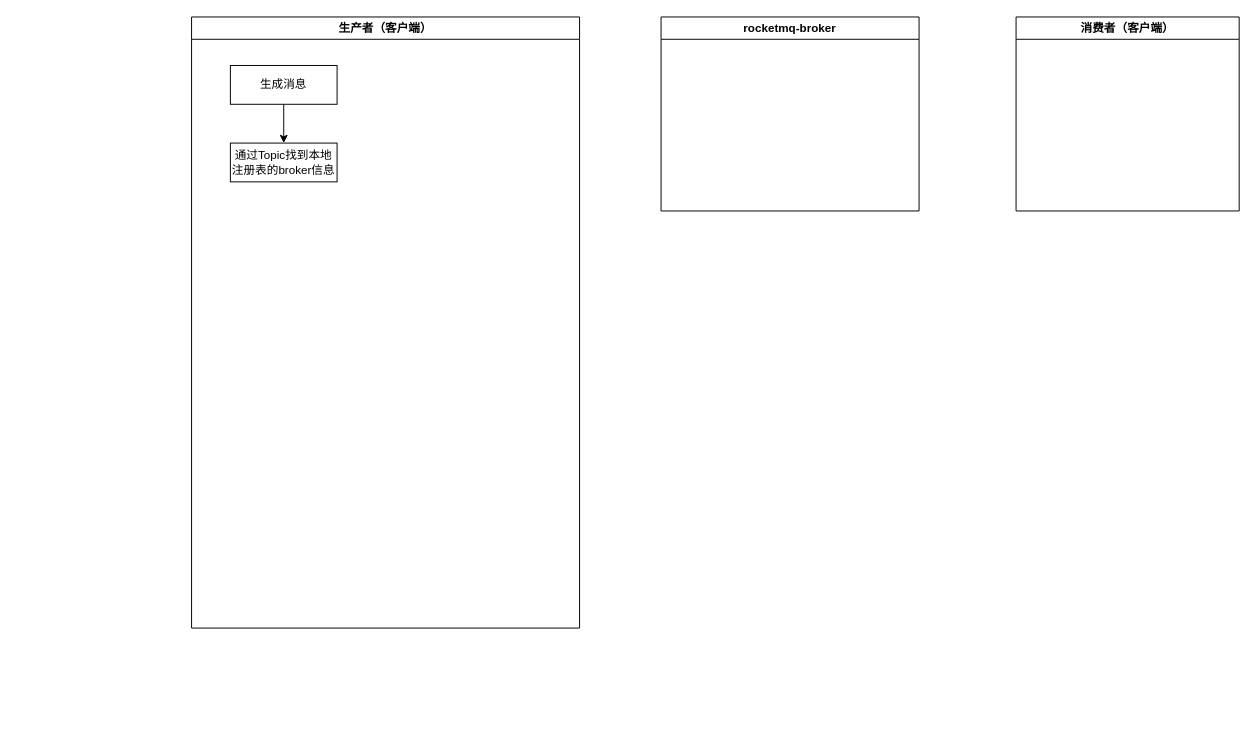
Earlier version of the draw.io diagram page "消息流转(普通消息)" (3 of 6) of _notes/mq/rocket/rocket.drawio (PouLJenny/blog). Source tidied: cells renumbered, new cells numbered last; positions are measured from the earlier drawing's top-left corner, leaving out a move shared by most shapes. Both pictures are drawn from the tidied source at 97%, with x=0, y=0 at pixel (191, 16).
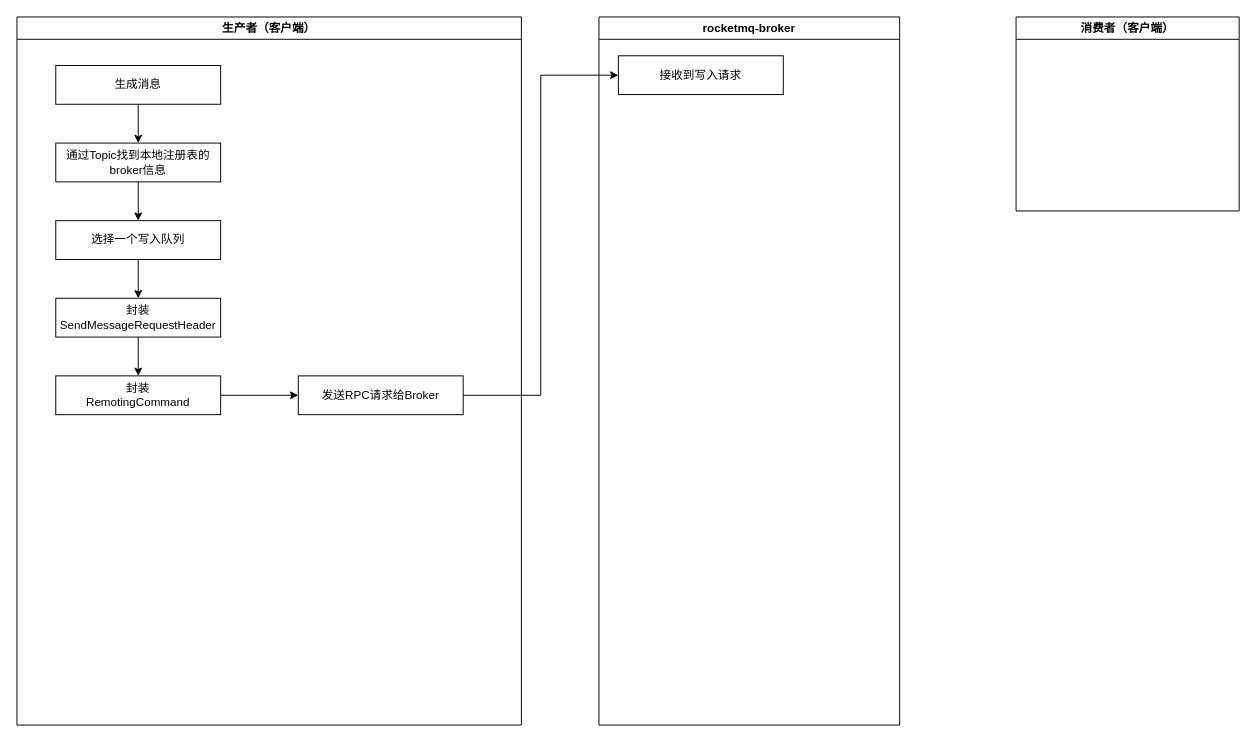
The same page after the edit.

What changed in the source:
```diff
@@
 <mxGraphModel>
   <root>
     <mxCell id="0" />
     <mxCell id="1" parent="0" />
     <mxCell id="2" value="生产者（客户端）" style="swimlane;whiteSpace=wrap;html=1;" parent="1" vertex="1">
-      <mxGeometry width="400" height="630" as="geometry" />
+      <mxGeometry x="-180" width="520" height="730" as="geometry" />
     </mxCell>
     <mxCell id="3" style="edgeStyle=orthogonalEdgeStyle;rounded=0;jettySize=auto;html=1;" parent="2" edge="1" source="4" target="5">
       <mxGeometry relative="1" as="geometry" />
     </mxCell>
     <mxCell id="4" value="生成消息" style="whiteSpace=wrap;html=1;" parent="2" vertex="1">
-      <mxGeometry x="40" y="50" width="110" height="40" as="geometry" />
+      <mxGeometry x="40" y="50" width="170" height="40" as="geometry" />
     </mxCell>
+    <mxCell id="8" style="edgeStyle=orthogonalEdgeStyle;rounded=0;jettySize=auto;html=1;" parent="2" edge="1" source="5" target="10">
+      <mxGeometry relative="1" as="geometry" />
+    </mxCell>
     <mxCell id="5" value="通过Topic找到本地注册表的broker信息" style="whiteSpace=wrap;html=1;" parent="2" vertex="1">
-      <mxGeometry x="40" y="130" width="110" height="40" as="geometry" />
+      <mxGeometry x="40" y="130" width="170" height="40" as="geometry" />
     </mxCell>
+    <mxCell id="9" style="edgeStyle=orthogonalEdgeStyle;rounded=0;jettySize=auto;html=1;" parent="2" edge="1" source="10" target="12">
+      <mxGeometry relative="1" as="geometry" />
+    </mxCell>
+    <mxCell id="10" value="选择一个写入队列" style="whiteSpace=wrap;html=1;" parent="2" vertex="1">
+      <mxGeometry x="40" y="210" width="170" height="40" as="geometry" />
+    </mxCell>
+    <mxCell id="11" style="edgeStyle=orthogonalEdgeStyle;rounded=0;jettySize=auto;html=1;" parent="2" edge="1" source="12" target="14">
+      <mxGeometry relative="1" as="geometry" />
+    </mxCell>
+    <mxCell id="12" value="封装SendMessageRequestHeader" style="whiteSpace=wrap;html=1;" parent="2" vertex="1">
+      <mxGeometry x="40" y="290" width="170" height="40" as="geometry" />
+    </mxCell>
+    <mxCell id="13" style="edgeStyle=orthogonalEdgeStyle;rounded=0;jettySize=auto;html=1;" parent="2" edge="1" source="14" target="15">
+      <mxGeometry relative="1" as="geometry" />
+    </mxCell>
+    <mxCell id="14" value="封装&lt;br&gt;RemotingCommand" style="whiteSpace=wrap;html=1;" parent="2" vertex="1">
+      <mxGeometry x="40" y="370" width="170" height="40" as="geometry" />
+    </mxCell>
+    <mxCell id="15" value="发送RPC请求给Broker" style="whiteSpace=wrap;html=1;" parent="2" vertex="1">
+      <mxGeometry x="290" y="370" width="170" height="40" as="geometry" />
+    </mxCell>
     <mxCell id="6" value="rocketmq-broker" style="swimlane;whiteSpace=wrap;html=1;" parent="1" vertex="1">
-      <mxGeometry x="484" width="266" height="200" as="geometry" />
+      <mxGeometry x="420" width="310" height="730" as="geometry" />
     </mxCell>
+    <mxCell id="16" value="接收到写入请求" style="whiteSpace=wrap;html=1;" parent="6" vertex="1">
+      <mxGeometry x="20" y="40" width="170" height="40" as="geometry" />
+    </mxCell>
     <mxCell id="7" value="消费者（客户端）" style="swimlane;whiteSpace=wrap;html=1;" parent="1" vertex="1">
       <mxGeometry x="850" width="230" height="200" as="geometry" />
     </mxCell>
+    <mxCell id="17" style="edgeStyle=orthogonalEdgeStyle;rounded=0;jettySize=auto;html=1;entryX=0;entryY=0.5;entryDx=0;entryDy=0;" parent="1" edge="1" source="15" target="16">
+      <mxGeometry relative="1" as="geometry" />
+    </mxCell>
   </root>
 </mxGraphModel>
```
